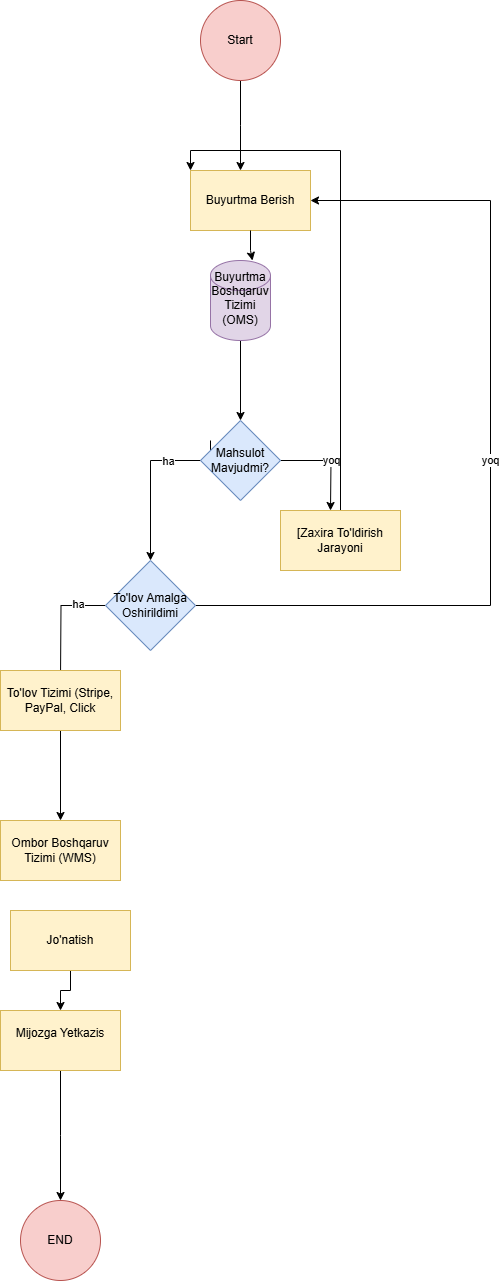
Earlier version of the draw.io export Untitled Diagram.drawio.png (Coralvsoo/BPM). Source tidied: cells renumbered, new cells last; positions are measured from the earlier drawing's top-left corner, leaving out a move shared by most shapes.
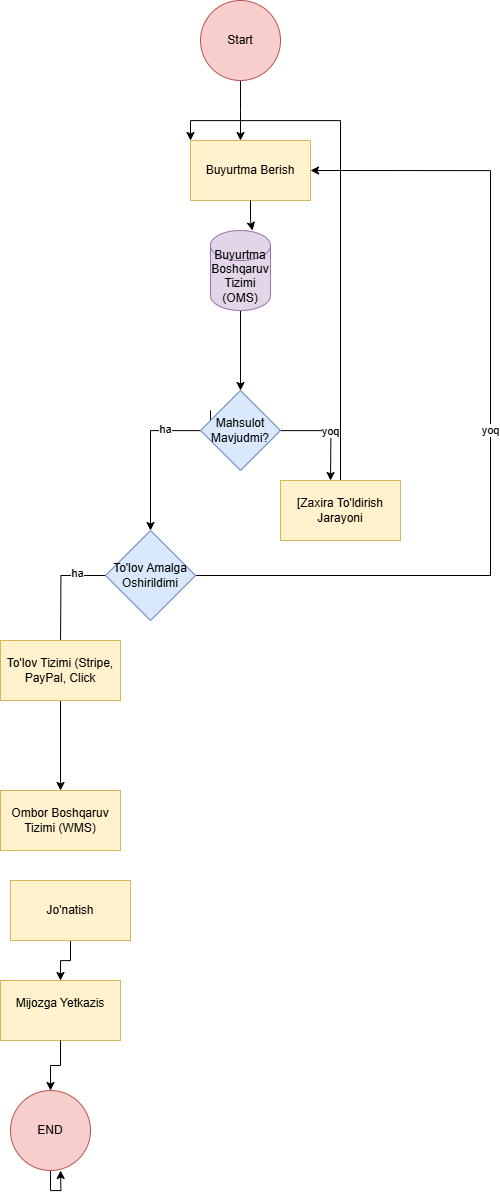
After the change.

The edit, as a diff of the source:
```diff
@@ -8,7 +8,7 @@
       </mxGeometry>
     </mxCell>
     <mxCell id="3" value="Start" style="ellipse;whiteSpace=wrap;html=1;fillColor=#f8cecc;strokeColor=#b85450;" parent="1" vertex="1">
-      <mxGeometry x="200" width="80" height="80" as="geometry" />
+      <mxGeometry x="200" y="30" width="80" height="80" as="geometry" />
     </mxCell>
     <mxCell id="4" value="Buyurtma Berish" style="rounded=0;whiteSpace=wrap;html=1;fillColor=#fff2cc;strokeColor=#d6b656;" parent="1" vertex="1">
       <mxGeometry x="190" y="170" width="120" height="60" as="geometry" />
@@ -57,7 +57,7 @@
     <mxCell id="16" value="Jo'natish" style="rounded=0;whiteSpace=wrap;html=1;fillColor=#fff2cc;strokeColor=#d6b656;" parent="1" vertex="1">
       <mxGeometry x="10" y="910" width="120" height="60" as="geometry" />
     </mxCell>
-    <mxCell id="17" style="edgeStyle=orthogonalEdgeStyle;rounded=0;jettySize=auto;html=1;" parent="1" edge="1" source="18">
+    <mxCell id="17" style="edgeStyle=orthogonalEdgeStyle;rounded=0;jettySize=auto;html=1;" parent="1" edge="1" source="25">
       <mxGeometry relative="1" as="geometry">
         <mxPoint x="60" y="1200" as="targetPoint" />
       </mxGeometry>
@@ -90,8 +90,11 @@
     <mxCell id="24" value="To'lov Tizimi (Stripe, PayPal, Click" style="rounded=0;whiteSpace=wrap;html=1;fillColor=#fff2cc;strokeColor=#d6b656;" parent="1" vertex="1">
       <mxGeometry y="670" width="120" height="60" as="geometry" />
     </mxCell>
+    <mxCell id="26" style="edgeStyle=orthogonalEdgeStyle;rounded=0;jettySize=auto;html=1;" parent="1" edge="1" source="18" target="25">
+      <mxGeometry relative="1" as="geometry" />
+    </mxCell>
     <mxCell id="25" value="END" style="ellipse;whiteSpace=wrap;html=1;fillColor=#f8cecc;strokeColor=#b85450;" parent="1" vertex="1">
-      <mxGeometry x="20" y="1200" width="80" height="80" as="geometry" />
+      <mxGeometry x="10" y="1120" width="80" height="80" as="geometry" />
     </mxCell>
   </root>
 </mxGraphModel>
```
